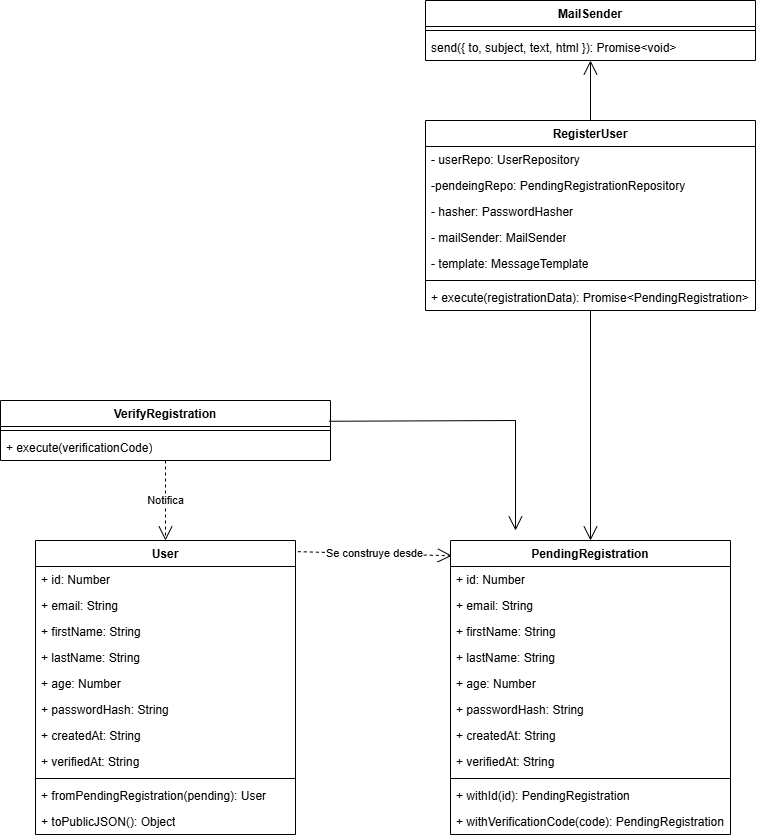
The draw.io diagram design/classDiagram.drawio.png in carloshugoeg/login, before a commit. Source tidied: cells renumbered, new cells last; positions are measured from the earlier drawing's top-left corner, leaving out a move shared by most shapes. The source it was exported from:
```xml
<mxGraphModel>
  <root>
    <mxCell id="0" />
    <mxCell id="1" parent="0" />
    <mxCell id="2" value="User" style="swimlane;fontStyle=1;align=center;verticalAlign=top;horizontal=1;startSize=26;whiteSpace=wrap;html=1;" parent="1" vertex="1">
      <mxGeometry x="35" y="540" width="260" height="294" as="geometry" />
    </mxCell>
    <mxCell id="3" value="+ id: Number" style="text;strokeColor=none;fillColor=none;align=left;verticalAlign=top;spacingLeft=4;spacingRight=4;overflow=hidden;whiteSpace=wrap;html=1;" parent="2" vertex="1">
      <mxGeometry y="26" width="260" height="26" as="geometry" />
    </mxCell>
    <mxCell id="4" value="+ email: String" style="text;strokeColor=none;fillColor=none;align=left;verticalAlign=top;spacingLeft=4;spacingRight=4;overflow=hidden;whiteSpace=wrap;html=1;" parent="2" vertex="1">
      <mxGeometry y="52" width="260" height="26" as="geometry" />
    </mxCell>
    <mxCell id="5" value="+ firstName: String" style="text;strokeColor=none;fillColor=none;align=left;verticalAlign=top;spacingLeft=4;spacingRight=4;overflow=hidden;whiteSpace=wrap;html=1;" parent="2" vertex="1">
      <mxGeometry y="78" width="260" height="26" as="geometry" />
    </mxCell>
    <mxCell id="6" value="+ lastName: String" style="text;strokeColor=none;fillColor=none;align=left;verticalAlign=top;spacingLeft=4;spacingRight=4;overflow=hidden;whiteSpace=wrap;html=1;" parent="2" vertex="1">
      <mxGeometry y="104" width="260" height="26" as="geometry" />
    </mxCell>
    <mxCell id="7" value="+ age: Number" style="text;strokeColor=none;fillColor=none;align=left;verticalAlign=top;spacingLeft=4;spacingRight=4;overflow=hidden;whiteSpace=wrap;html=1;" parent="2" vertex="1">
      <mxGeometry y="130" width="260" height="26" as="geometry" />
    </mxCell>
    <mxCell id="8" value="+ passwordHash: String" style="text;strokeColor=none;fillColor=none;align=left;verticalAlign=top;spacingLeft=4;spacingRight=4;overflow=hidden;whiteSpace=wrap;html=1;" parent="2" vertex="1">
      <mxGeometry y="156" width="260" height="26" as="geometry" />
    </mxCell>
    <mxCell id="9" value="+ createdAt: String" style="text;strokeColor=none;fillColor=none;align=left;verticalAlign=top;spacingLeft=4;spacingRight=4;overflow=hidden;whiteSpace=wrap;html=1;" parent="2" vertex="1">
      <mxGeometry y="182" width="260" height="26" as="geometry" />
    </mxCell>
    <mxCell id="10" value="+ verifiedAt: String" style="text;strokeColor=none;fillColor=none;align=left;verticalAlign=top;spacingLeft=4;spacingRight=4;overflow=hidden;whiteSpace=wrap;html=1;" parent="2" vertex="1">
      <mxGeometry y="208" width="260" height="26" as="geometry" />
    </mxCell>
    <mxCell id="11" style="line;strokeWidth=1;fillColor=none;align=left;verticalAlign=middle;spacingTop=-1;spacingLeft=3;spacingRight=3;labelPosition=right;strokeColor=inherit;" parent="2" vertex="1">
      <mxGeometry y="234" width="260" height="8" as="geometry" />
    </mxCell>
    <mxCell id="12" value="+&amp;nbsp;fromPendingRegistration(pending): User" style="text;strokeColor=none;fillColor=none;align=left;verticalAlign=top;spacingLeft=4;spacingRight=4;overflow=hidden;whiteSpace=wrap;html=1;" parent="2" vertex="1">
      <mxGeometry y="242" width="260" height="26" as="geometry" />
    </mxCell>
    <mxCell id="13" value="+&amp;nbsp;toPublicJSON(): Object" style="text;strokeColor=none;fillColor=none;align=left;verticalAlign=top;spacingLeft=4;spacingRight=4;overflow=hidden;points=[[0,0.5],[1,0.5]];portConstraint=eastwest;whiteSpace=wrap;html=1;" parent="2" vertex="1">
      <mxGeometry y="268" width="260" height="26" as="geometry" />
    </mxCell>
    <mxCell id="14" value="Se construye desde" style="endArrow=open;endSize=12;dashed=1;html=1;rounded=0;exitX=1.009;exitY=0.038;exitDx=0;exitDy=0;entryX=0.005;entryY=0.052;entryDx=0;entryDy=0;exitPerimeter=0;entryPerimeter=0;" parent="1" edge="1" source="2" target="15">
      <mxGeometry relative="1" as="geometry" />
    </mxCell>
    <mxCell id="15" value="PendingRegistration" style="swimlane;fontStyle=1;align=center;verticalAlign=top;horizontal=1;startSize=26;whiteSpace=wrap;html=1;" parent="1" vertex="1">
      <mxGeometry x="450" y="540" width="280" height="294" as="geometry" />
    </mxCell>
    <mxCell id="16" value="+ id: Number" style="text;strokeColor=none;fillColor=none;align=left;verticalAlign=top;spacingLeft=4;spacingRight=4;overflow=hidden;whiteSpace=wrap;html=1;" parent="15" vertex="1">
      <mxGeometry y="26" width="280" height="26" as="geometry" />
    </mxCell>
    <mxCell id="17" value="+ email: String" style="text;strokeColor=none;fillColor=none;align=left;verticalAlign=top;spacingLeft=4;spacingRight=4;overflow=hidden;whiteSpace=wrap;html=1;" parent="15" vertex="1">
      <mxGeometry y="52" width="280" height="26" as="geometry" />
    </mxCell>
    <mxCell id="18" value="+ firstName: String" style="text;strokeColor=none;fillColor=none;align=left;verticalAlign=top;spacingLeft=4;spacingRight=4;overflow=hidden;whiteSpace=wrap;html=1;" parent="15" vertex="1">
      <mxGeometry y="78" width="280" height="26" as="geometry" />
    </mxCell>
    <mxCell id="19" value="+ lastName: String" style="text;strokeColor=none;fillColor=none;align=left;verticalAlign=top;spacingLeft=4;spacingRight=4;overflow=hidden;whiteSpace=wrap;html=1;" parent="15" vertex="1">
      <mxGeometry y="104" width="280" height="26" as="geometry" />
    </mxCell>
    <mxCell id="20" value="+ age: Number" style="text;strokeColor=none;fillColor=none;align=left;verticalAlign=top;spacingLeft=4;spacingRight=4;overflow=hidden;whiteSpace=wrap;html=1;" parent="15" vertex="1">
      <mxGeometry y="130" width="280" height="26" as="geometry" />
    </mxCell>
    <mxCell id="21" value="+ passwordHash: String" style="text;strokeColor=none;fillColor=none;align=left;verticalAlign=top;spacingLeft=4;spacingRight=4;overflow=hidden;whiteSpace=wrap;html=1;" parent="15" vertex="1">
      <mxGeometry y="156" width="280" height="26" as="geometry" />
    </mxCell>
    <mxCell id="22" value="+ createdAt: String" style="text;strokeColor=none;fillColor=none;align=left;verticalAlign=top;spacingLeft=4;spacingRight=4;overflow=hidden;whiteSpace=wrap;html=1;" parent="15" vertex="1">
      <mxGeometry y="182" width="280" height="26" as="geometry" />
    </mxCell>
    <mxCell id="23" value="+ verifiedAt: String" style="text;strokeColor=none;fillColor=none;align=left;verticalAlign=top;spacingLeft=4;spacingRight=4;overflow=hidden;whiteSpace=wrap;html=1;" parent="15" vertex="1">
      <mxGeometry y="208" width="280" height="26" as="geometry" />
    </mxCell>
    <mxCell id="24" style="line;strokeWidth=1;fillColor=none;align=left;verticalAlign=middle;spacingTop=-1;spacingLeft=3;spacingRight=3;labelPosition=right;strokeColor=inherit;" parent="15" vertex="1">
      <mxGeometry y="234" width="280" height="8" as="geometry" />
    </mxCell>
    <mxCell id="25" value="+ withId(id): PendingRegistration" style="text;strokeColor=none;fillColor=none;align=left;verticalAlign=top;spacingLeft=4;spacingRight=4;overflow=hidden;whiteSpace=wrap;html=1;" parent="15" vertex="1">
      <mxGeometry y="242" width="280" height="26" as="geometry" />
    </mxCell>
    <mxCell id="26" value="+ withVerificationCode(code): PendingRegistration" style="text;strokeColor=none;fillColor=none;align=left;verticalAlign=top;spacingLeft=4;spacingRight=4;overflow=hidden;whiteSpace=wrap;html=1;" parent="15" vertex="1">
      <mxGeometry y="268" width="280" height="26" as="geometry" />
    </mxCell>
    <mxCell id="27" value="RegisterUser" style="swimlane;fontStyle=1;align=center;verticalAlign=top;horizontal=1;startSize=26;whiteSpace=wrap;html=1;" parent="1" vertex="1">
      <mxGeometry x="425" y="120" width="330" height="190" as="geometry" />
    </mxCell>
    <mxCell id="28" value="- userRepo: UserRepository" style="text;strokeColor=none;fillColor=none;align=left;verticalAlign=top;spacingLeft=4;spacingRight=4;overflow=hidden;whiteSpace=wrap;html=1;" parent="27" vertex="1">
      <mxGeometry y="26" width="330" height="26" as="geometry" />
    </mxCell>
    <mxCell id="29" value="-pendeingRepo: PendingRegistrationRepository" style="text;strokeColor=none;fillColor=none;align=left;verticalAlign=top;spacingLeft=4;spacingRight=4;overflow=hidden;whiteSpace=wrap;html=1;" parent="27" vertex="1">
      <mxGeometry y="52" width="330" height="26" as="geometry" />
    </mxCell>
    <mxCell id="30" value="- hasher: PasswordHasher" style="text;strokeColor=none;fillColor=none;align=left;verticalAlign=top;spacingLeft=4;spacingRight=4;overflow=hidden;whiteSpace=wrap;html=1;" parent="27" vertex="1">
      <mxGeometry y="78" width="330" height="26" as="geometry" />
    </mxCell>
    <mxCell id="31" value="- mailSender: MailSender" style="text;strokeColor=none;fillColor=none;align=left;verticalAlign=top;spacingLeft=4;spacingRight=4;overflow=hidden;whiteSpace=wrap;html=1;" parent="27" vertex="1">
      <mxGeometry y="104" width="330" height="26" as="geometry" />
    </mxCell>
    <mxCell id="32" value="- template: MessageTemplate" style="text;strokeColor=none;fillColor=none;align=left;verticalAlign=top;spacingLeft=4;spacingRight=4;overflow=hidden;whiteSpace=wrap;html=1;" parent="27" vertex="1">
      <mxGeometry y="130" width="330" height="26" as="geometry" />
    </mxCell>
    <mxCell id="33" style="line;strokeWidth=1;fillColor=none;align=left;verticalAlign=middle;spacingTop=-1;spacingLeft=3;spacingRight=3;labelPosition=right;strokeColor=inherit;" parent="27" vertex="1">
      <mxGeometry y="156" width="330" height="8" as="geometry" />
    </mxCell>
    <mxCell id="34" value="+ execute(registrationData): Promise&amp;lt;PendingRegistration&amp;gt;" style="text;strokeColor=none;fillColor=none;align=left;verticalAlign=top;spacingLeft=4;spacingRight=4;overflow=hidden;points=[[0,0.5],[1,0.5]];portConstraint=eastwest;whiteSpace=wrap;html=1;" parent="27" vertex="1">
      <mxGeometry y="164" width="330" height="26" as="geometry" />
    </mxCell>
    <mxCell id="35" style="endArrow=open;endFill=1;endSize=12;html=1;rounded=0;entryX=0.5;entryY=1;entryDx=0;entryDy=0;exitX=0.5;exitY=0;exitDx=0;exitDy=0;" parent="1" edge="1" source="27" target="36">
      <mxGeometry relative="1" as="geometry" />
    </mxCell>
    <mxCell id="36" value="MailSender" style="swimlane;fontStyle=1;align=center;verticalAlign=top;horizontal=1;startSize=26;whiteSpace=wrap;html=1;" parent="1" vertex="1">
      <mxGeometry x="425" width="330" height="60" as="geometry" />
    </mxCell>
    <mxCell id="37" style="line;strokeWidth=1;fillColor=none;align=left;verticalAlign=middle;spacingTop=-1;spacingLeft=3;spacingRight=3;labelPosition=right;strokeColor=inherit;" parent="36" vertex="1">
      <mxGeometry y="26" width="330" height="8" as="geometry" />
    </mxCell>
    <mxCell id="38" value="send({ to, subject, text, html }): Promise&amp;lt;void&amp;gt;" style="text;strokeColor=none;fillColor=none;align=left;verticalAlign=top;spacingLeft=4;spacingRight=4;overflow=hidden;whiteSpace=wrap;html=1;" parent="36" vertex="1">
      <mxGeometry y="34" width="330" height="26" as="geometry" />
    </mxCell>
    <mxCell id="39" style="endArrow=open;endFill=1;endSize=12;html=1;rounded=0;entryX=0.5;entryY=0;entryDx=0;entryDy=0;" parent="1" edge="1" source="34" target="15">
      <mxGeometry relative="1" as="geometry" />
    </mxCell>
    <mxCell id="40" value="VerifyRegistration" style="swimlane;fontStyle=1;align=center;verticalAlign=top;horizontal=1;startSize=26;whiteSpace=wrap;html=1;" parent="1" vertex="1">
      <mxGeometry y="400" width="330" height="60" as="geometry" />
    </mxCell>
    <mxCell id="41" style="line;strokeWidth=1;fillColor=none;align=left;verticalAlign=middle;spacingTop=-1;spacingLeft=3;spacingRight=3;labelPosition=right;strokeColor=inherit;" parent="40" vertex="1">
      <mxGeometry y="26" width="330" height="8" as="geometry" />
    </mxCell>
    <mxCell id="42" value="+&amp;nbsp;execute(verificationCode)" style="text;strokeColor=none;fillColor=none;align=left;verticalAlign=top;spacingLeft=4;spacingRight=4;overflow=hidden;whiteSpace=wrap;html=1;" parent="40" vertex="1">
      <mxGeometry y="34" width="330" height="26" as="geometry" />
    </mxCell>
    <mxCell id="43" value="Notifica" style="endArrow=open;endSize=12;dashed=1;html=1;rounded=0;exitX=0.5;exitY=1;exitDx=0;exitDy=0;entryX=0.5;entryY=0;entryDx=0;entryDy=0;" parent="1" edge="1" source="40" target="2">
      <mxGeometry relative="1" as="geometry" />
    </mxCell>
    <mxCell id="44" style="endArrow=open;endFill=1;endSize=12;html=1;rounded=0;exitX=0.996;exitY=0.346;exitDx=0;exitDy=0;exitPerimeter=0;" parent="1" edge="1" source="40">
      <mxGeometry relative="1" as="geometry">
        <mxPoint x="515" y="530" as="targetPoint" />
        <Array as="points">
          <mxPoint x="515" y="420" />
        </Array>
      </mxGeometry>
    </mxCell>
  </root>
</mxGraphModel>
```
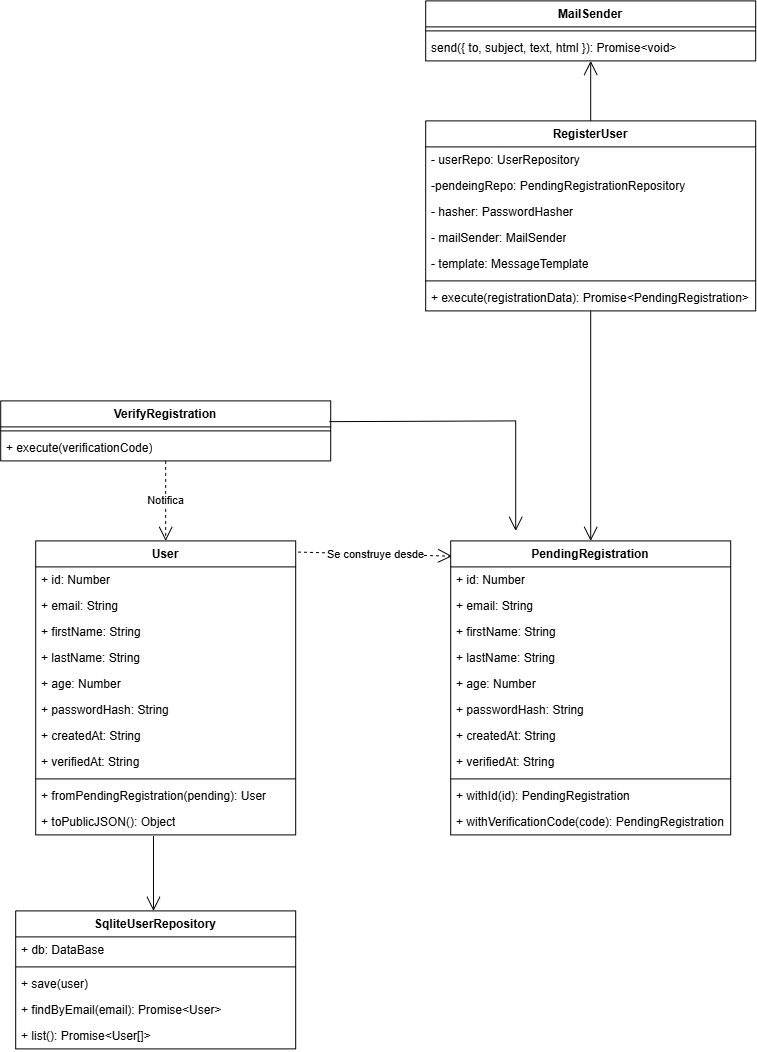
After the change.

Commit message:
Nuevo diagrama

The edit, as a diff of the source:
```diff
@@ -136,5 +136,31 @@
         </Array>
       </mxGeometry>
     </mxCell>
+    <mxCell id="45" style="endArrow=open;endFill=1;endSize=12;html=1;rounded=0;exitX=0.453;exitY=1.044;exitDx=0;exitDy=0;exitPerimeter=0;" parent="1" edge="1" source="13">
+      <mxGeometry relative="1" as="geometry">
+        <mxPoint x="152.8" y="910" as="targetPoint" />
+        <Array as="points">
+          <mxPoint x="152.8" y="880" />
+        </Array>
+      </mxGeometry>
+    </mxCell>
+    <mxCell id="46" value="SqliteUserRepository" style="swimlane;fontStyle=1;align=center;verticalAlign=top;horizontal=1;startSize=26;whiteSpace=wrap;html=1;" parent="1" vertex="1">
+      <mxGeometry x="15" y="910" width="280" height="138" as="geometry" />
+    </mxCell>
+    <mxCell id="47" value="+ db: DataBase" style="text;strokeColor=none;fillColor=none;align=left;verticalAlign=top;spacingLeft=4;spacingRight=4;overflow=hidden;whiteSpace=wrap;html=1;" parent="46" vertex="1">
+      <mxGeometry y="26" width="280" height="26" as="geometry" />
+    </mxCell>
+    <mxCell id="48" style="line;strokeWidth=1;fillColor=none;align=left;verticalAlign=middle;spacingTop=-1;spacingLeft=3;spacingRight=3;labelPosition=right;strokeColor=inherit;" parent="46" vertex="1">
+      <mxGeometry y="52" width="280" height="8" as="geometry" />
+    </mxCell>
+    <mxCell id="49" value="+ save(user)" style="text;strokeColor=none;fillColor=none;align=left;verticalAlign=top;spacingLeft=4;spacingRight=4;overflow=hidden;whiteSpace=wrap;html=1;" parent="46" vertex="1">
+      <mxGeometry y="60" width="280" height="26" as="geometry" />
+    </mxCell>
+    <mxCell id="50" value="+ findByEmail(email): Promise&amp;lt;User&amp;gt;" style="text;strokeColor=none;fillColor=none;align=left;verticalAlign=top;spacingLeft=4;spacingRight=4;overflow=hidden;whiteSpace=wrap;html=1;" parent="46" vertex="1">
+      <mxGeometry y="86" width="280" height="26" as="geometry" />
+    </mxCell>
+    <mxCell id="51" value="+ list(): Promise&amp;lt;User[]&amp;gt;" style="text;strokeColor=none;fillColor=none;align=left;verticalAlign=top;spacingLeft=4;spacingRight=4;overflow=hidden;whiteSpace=wrap;html=1;" parent="46" vertex="1">
+      <mxGeometry y="112" width="280" height="26" as="geometry" />
+    </mxCell>
   </root>
 </mxGraphModel>
```
